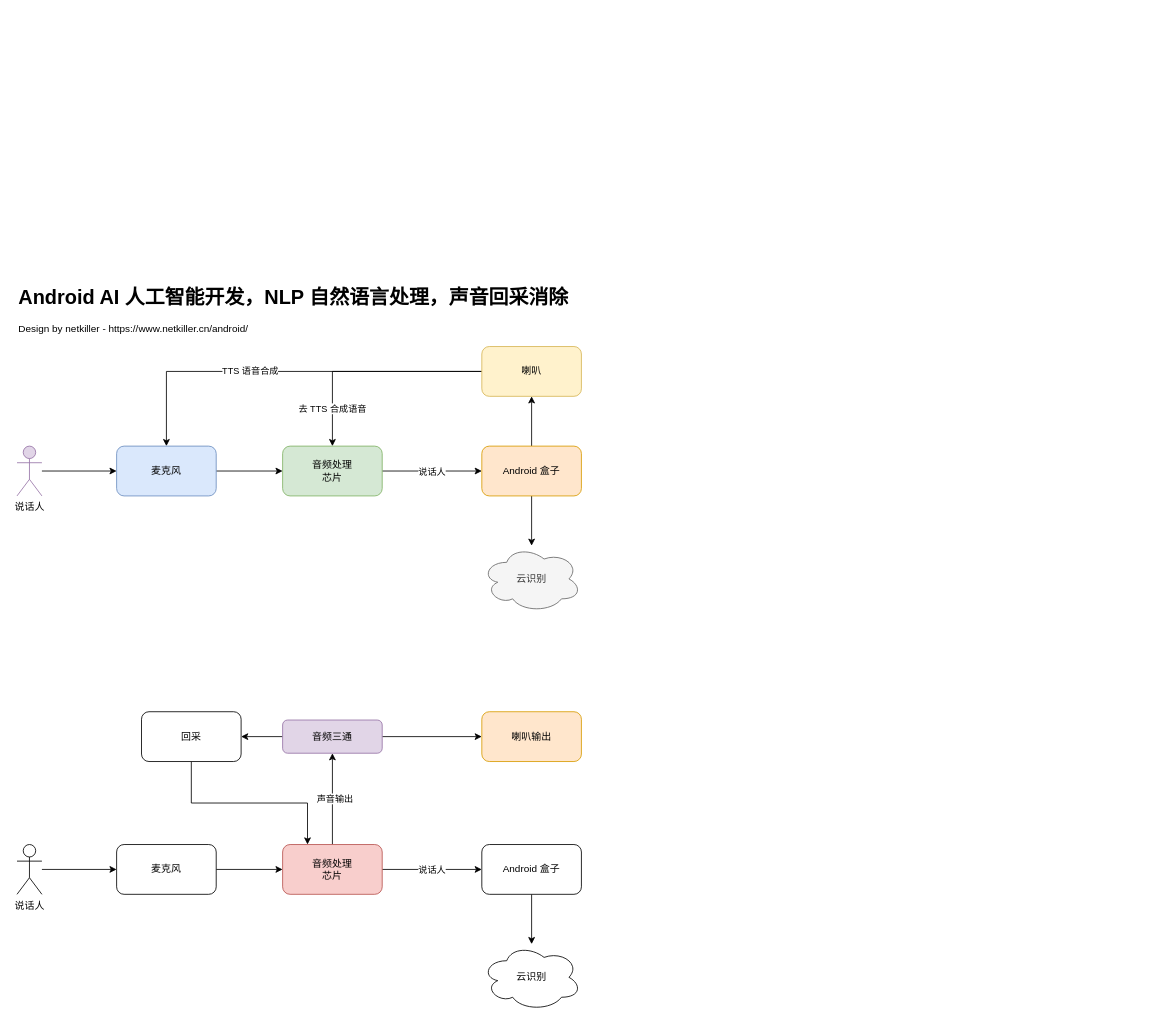
Above: page "声音回采" (2 of 7) of attachment/Android.drawio in freebook/Architect (draw.io), before the change. Source tidied: cells renumbered, new cells numbered last; positions are measured from the earlier drawing's top-left corner, leaving out a move shared by most shapes. Both pictures are drawn from the tidied source at 83%, with x=0, y=0 at pixel (17, 280).
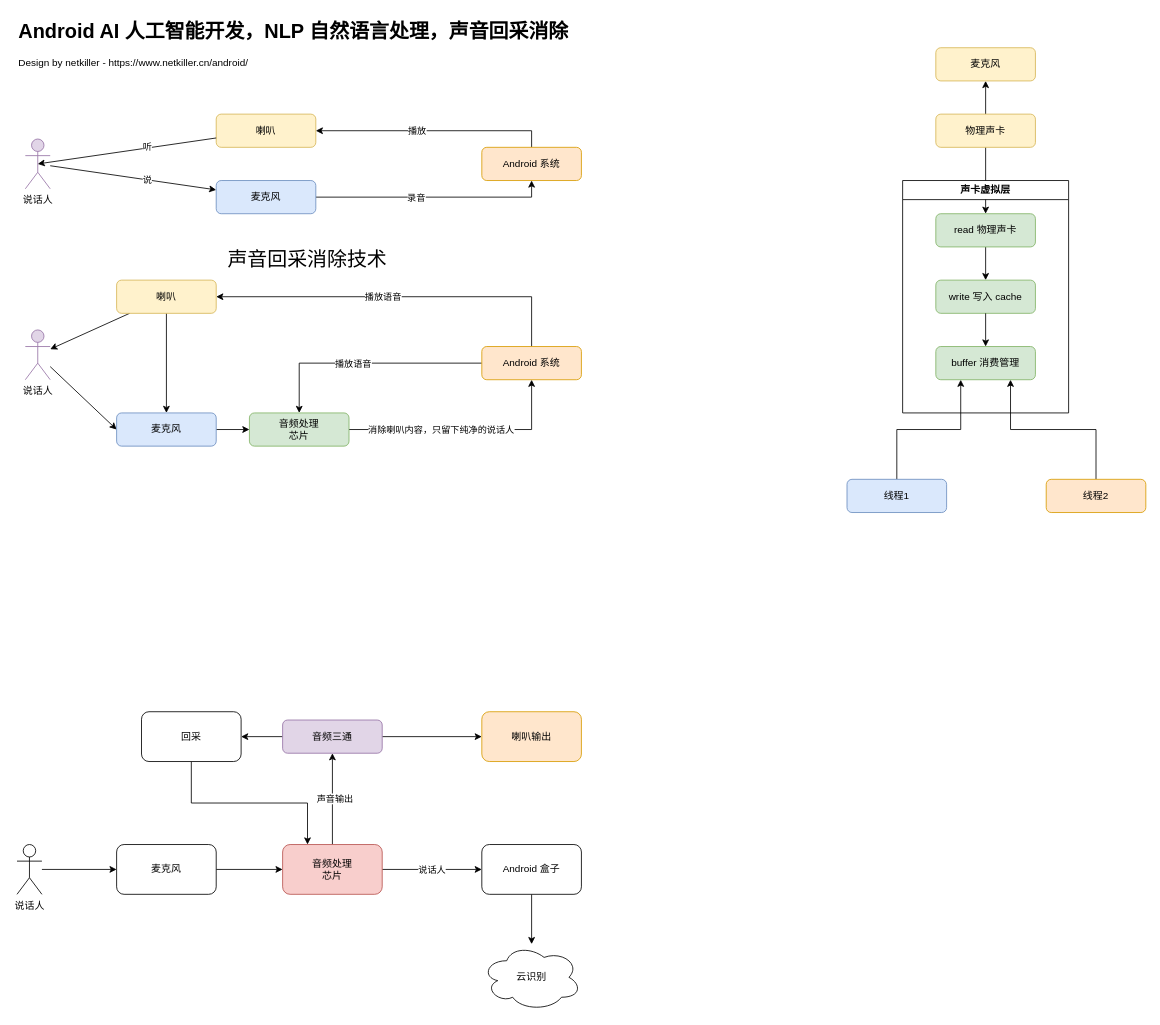
After the change.

The change refers to these unchanged cells:
```xml
<mxCell id="4" style="edgeStyle=orthogonalEdgeStyle;rounded=0;jettySize=auto;html=1;" parent="1" edge="1" source="6" target="16">
  <mxGeometry relative="1" as="geometry" />
</mxCell>
```

Change to the diagram source:
```diff
@@
-    <mxCell id="2" style="edgeStyle=orthogonalEdgeStyle;rounded=0;jettySize=auto;html=1;" parent="1" edge="1" source="3" target="13">
+    <mxCell id="2" style="rounded=0;jettySize=auto;html=1;entryX=0;entryY=0.5;entryDx=0;entryDy=0;" parent="1" edge="1" source="3" target="13">
       <mxGeometry relative="1" as="geometry" />
     </mxCell>
     <mxCell id="3" value="说话人" style="shape=umlActor;verticalLabelPosition=bottom;verticalAlign=top;html=1;outlineConnect=0;fillColor=#e1d5e7;strokeColor=#9673a6;" parent="1" vertex="1">
-      <mxGeometry y="200" width="30" height="60" as="geometry" />
+      <mxGeometry x="10" y="60" width="30" height="60" as="geometry" />
     </mxCell>
@@
-    <mxCell id="5" value="说话人" style="edgeLabel;html=1;align=center;verticalAlign=middle;" parent="4" vertex="1">
-      <mxGeometry x="-0.02" relative="1" as="geometry" />
+    <mxCell id="5" value="消除喇叭内容，只留下纯净的说话人" style="edgeLabel;html=1;align=center;verticalAlign=middle;" parent="4" vertex="1">
+      <mxGeometry x="-0.02" relative="1" as="geometry">
+        <mxPoint x="-27" as="offset" />
+      </mxGeometry>
     </mxCell>
     <mxCell id="6" value="音频处理&lt;div&gt;芯片&lt;/div&gt;" style="rounded=1;whiteSpace=wrap;html=1;fillColor=#d5e8d4;strokeColor=#82b366;" parent="1" vertex="1">
-      <mxGeometry x="320" y="200" width="120" height="60" as="geometry" />
+      <mxGeometry x="280" y="160" width="120" height="40" as="geometry" />
     </mxCell>
-    <mxCell id="7" style="edgeStyle=orthogonalEdgeStyle;rounded=0;jettySize=auto;html=1;" parent="1" edge="1" source="11" target="6">
-      <mxGeometry relative="1" as="geometry" />
-    </mxCell>
-    <mxCell id="8" value="去 TTS 合成语音" style="edgeLabel;html=1;align=center;verticalAlign=middle;" parent="7" vertex="1">
-      <mxGeometry x="0.66" y="-1" relative="1" as="geometry" />
-    </mxCell>
-    <mxCell id="9" style="edgeStyle=orthogonalEdgeStyle;rounded=0;jettySize=auto;html=1;entryX=0.5;entryY=0;entryDx=0;entryDy=0;" parent="1" edge="1" source="11" target="13">
+    <mxCell id="9" style="edgeStyle=orthogonalEdgeStyle;rounded=0;jettySize=auto;html=1;exitX=0;exitY=0.5;exitDx=0;exitDy=0;entryX=0.5;entryY=0;entryDx=0;entryDy=0;" parent="1" edge="1" source="16" target="6">
       <mxGeometry relative="1" as="geometry" />
     </mxCell>
-    <mxCell id="10" value="TTS 语音合成" style="edgeLabel;html=1;align=center;verticalAlign=middle;" parent="9" vertex="1">
-      <mxGeometry x="0.19" y="-2" relative="1" as="geometry" />
+    <mxCell id="10" value="播放语音" style="edgeLabel;html=1;align=center;verticalAlign=middle;" parent="9" vertex="1">
+      <mxGeometry x="0.19" y="-2" relative="1" as="geometry">
+        <mxPoint x="11" y="2" as="offset" />
+      </mxGeometry>
     </mxCell>
+    <mxCell id="37" style="rounded=0;jettySize=auto;html=1;" parent="1" edge="1" source="11" target="3">
+      <mxGeometry relative="1" as="geometry" />
+    </mxCell>
+    <mxCell id="38" style="edgeStyle=orthogonalEdgeStyle;rounded=0;jettySize=auto;html=1;" parent="1" edge="1" source="11" target="13">
+      <mxGeometry relative="1" as="geometry" />
+    </mxCell>
     <mxCell id="11" value="喇叭" style="rounded=1;whiteSpace=wrap;html=1;fillColor=#fff2cc;strokeColor=#d6b656;" parent="1" vertex="1">
-      <mxGeometry x="560" y="80" width="120" height="60" as="geometry" />
+      <mxGeometry x="120" width="120" height="40" as="geometry" />
     </mxCell>
@@
     <mxCell id="13" value="麦克风" style="rounded=1;whiteSpace=wrap;html=1;fillColor=#dae8fc;strokeColor=#6c8ebf;" parent="1" vertex="1">
-      <mxGeometry x="120" y="200" width="120" height="60" as="geometry" />
+      <mxGeometry x="120" y="160" width="120" height="40" as="geometry" />
     </mxCell>
-    <mxCell id="14" style="edgeStyle=orthogonalEdgeStyle;rounded=0;jettySize=auto;html=1;" parent="1" edge="1" source="16" target="11">
+    <mxCell id="14" style="edgeStyle=orthogonalEdgeStyle;rounded=0;jettySize=auto;html=1;entryX=1;entryY=0.5;entryDx=0;entryDy=0;exitX=0.5;exitY=0;exitDx=0;exitDy=0;" parent="1" edge="1" source="16" target="11">
       <mxGeometry relative="1" as="geometry" />
     </mxCell>
-    <mxCell id="15" style="edgeStyle=orthogonalEdgeStyle;rounded=0;jettySize=auto;html=1;" parent="1" edge="1" source="16" target="17">
-      <mxGeometry relative="1" as="geometry" />
-    </mxCell>
+    <mxCell id="39" value="播放语音" style="edgeLabel;html=1;align=center;verticalAlign=middle;" parent="14" vertex="1">
+      <mxGeometry x="0.09" y="-1" relative="1" as="geometry" />
+    </mxCell>
-    <mxCell id="16" value="Android 盒子" style="rounded=1;whiteSpace=wrap;html=1;fillColor=#ffe6cc;strokeColor=#d79b00;" parent="1" vertex="1">
-      <mxGeometry x="560" y="200" width="120" height="60" as="geometry" />
+    <mxCell id="16" value="Android 系统" style="rounded=1;whiteSpace=wrap;html=1;fillColor=#ffe6cc;strokeColor=#d79b00;" parent="1" vertex="1">
+      <mxGeometry x="560" y="80" width="120" height="40" as="geometry" />
     </mxCell>
-    <mxCell id="17" value="云识别" style="ellipse;shape=cloud;whiteSpace=wrap;html=1;fillColor=#f5f5f5;fontColor=#333333;strokeColor=#666666;" parent="1" vertex="1">
-      <mxGeometry x="560" y="320" width="120" height="80" as="geometry" />
-    </mxCell>
     <mxCell id="18" value="&lt;h1 style=&quot;margin-top: 0px;&quot;&gt;Android AI 人工智能开发，NLP 自然语言处理，声音回采消除&lt;/h1&gt;&lt;p&gt;Design by netkiller - https://www.netkiller.cn/android/&lt;/p&gt;" style="text;html=1;whiteSpace=wrap;overflow=hidden;rounded=0;" parent="1" vertex="1">
-      <mxGeometry width="1080" height="80" as="geometry" />
+      <mxGeometry y="-320" width="790" height="80" as="geometry" />
     </mxCell>
@@
+    <mxCell id="40" style="edgeStyle=orthogonalEdgeStyle;rounded=0;jettySize=auto;html=1;" parent="1" edge="1" source="42" target="50">
+      <mxGeometry relative="1" as="geometry" />
+    </mxCell>
+    <mxCell id="41" style="edgeStyle=orthogonalEdgeStyle;rounded=0;jettySize=auto;html=1;" parent="1" edge="1" source="42" target="47">
+      <mxGeometry relative="1" as="geometry" />
+    </mxCell>
+    <mxCell id="42" value="物理声卡" style="rounded=1;whiteSpace=wrap;html=1;fillColor=#fff2cc;strokeColor=#d6b656;" parent="1" vertex="1">
+      <mxGeometry x="1107" y="-200" width="120" height="40" as="geometry" />
+    </mxCell>
+    <mxCell id="43" style="edgeStyle=orthogonalEdgeStyle;rounded=0;jettySize=auto;html=1;entryX=0.25;entryY=1;entryDx=0;entryDy=0;" parent="1" edge="1" source="44" target="53">
+      <mxGeometry relative="1" as="geometry" />
+    </mxCell>
+    <mxCell id="44" value="线程1" style="rounded=1;whiteSpace=wrap;html=1;fillColor=#dae8fc;strokeColor=#6c8ebf;" parent="1" vertex="1">
+      <mxGeometry x="1000" y="240" width="120" height="40" as="geometry" />
+    </mxCell>
+    <mxCell id="45" style="edgeStyle=orthogonalEdgeStyle;rounded=0;jettySize=auto;html=1;entryX=0.75;entryY=1;entryDx=0;entryDy=0;exitX=0.5;exitY=0;exitDx=0;exitDy=0;" parent="1" edge="1" source="46" target="53">
+      <mxGeometry relative="1" as="geometry" />
+    </mxCell>
+    <mxCell id="46" value="线程2" style="rounded=1;whiteSpace=wrap;html=1;fillColor=#ffe6cc;strokeColor=#d79b00;" parent="1" vertex="1">
+      <mxGeometry x="1240" y="240" width="120" height="40" as="geometry" />
+    </mxCell>
+    <mxCell id="47" value="麦克风" style="rounded=1;whiteSpace=wrap;html=1;fillColor=#fff2cc;strokeColor=#d6b656;" parent="1" vertex="1">
+      <mxGeometry x="1107" y="-280" width="120" height="40" as="geometry" />
+    </mxCell>
+    <mxCell id="48" value="声卡虚拟层" style="swimlane;whiteSpace=wrap;html=1;" parent="1" vertex="1">
+      <mxGeometry x="1067" y="-120" width="200" height="280" as="geometry" />
+    </mxCell>
+    <mxCell id="49" style="edgeStyle=orthogonalEdgeStyle;rounded=0;jettySize=auto;html=1;" parent="48" edge="1" source="50" target="51">
+      <mxGeometry relative="1" as="geometry" />
+    </mxCell>
+    <mxCell id="50" value="read 物理声卡" style="rounded=1;whiteSpace=wrap;html=1;fillColor=#d5e8d4;strokeColor=#82b366;" parent="48" vertex="1">
+      <mxGeometry x="40" y="40" width="120" height="40" as="geometry" />
+    </mxCell>
+    <mxCell id="51" value="write 写入 cache" style="rounded=1;whiteSpace=wrap;html=1;fillColor=#d5e8d4;strokeColor=#82b366;" parent="48" vertex="1">
+      <mxGeometry x="40" y="120" width="120" height="40" as="geometry" />
+    </mxCell>
+    <mxCell id="52" style="edgeStyle=orthogonalEdgeStyle;rounded=0;jettySize=auto;html=1;exitX=0.5;exitY=1;exitDx=0;exitDy=0;" parent="48" edge="1" source="51" target="53">
+      <mxGeometry relative="1" as="geometry" />
+    </mxCell>
+    <mxCell id="53" value="buffer 消费管理" style="rounded=1;whiteSpace=wrap;html=1;fillColor=#d5e8d4;strokeColor=#82b366;" parent="48" vertex="1">
+      <mxGeometry x="40" y="200" width="120" height="40" as="geometry" />
+    </mxCell>
+    <mxCell id="54" style="rounded=0;jettySize=auto;html=1;" parent="1" edge="1" source="56" target="60">
+      <mxGeometry relative="1" as="geometry" />
+    </mxCell>
+    <mxCell id="55" value="说" style="edgeLabel;html=1;align=center;verticalAlign=middle;" parent="54" vertex="1">
+      <mxGeometry x="0.17" relative="1" as="geometry" />
+    </mxCell>
+    <mxCell id="56" value="说话人" style="shape=umlActor;verticalLabelPosition=bottom;verticalAlign=top;html=1;outlineConnect=0;fillColor=#e1d5e7;strokeColor=#9673a6;" parent="1" vertex="1">
+      <mxGeometry x="10" y="-170" width="30" height="60" as="geometry" />
+    </mxCell>
+    <mxCell id="57" value="喇叭" style="rounded=1;whiteSpace=wrap;html=1;fillColor=#fff2cc;strokeColor=#d6b656;" parent="1" vertex="1">
+      <mxGeometry x="240" y="-200" width="120" height="40" as="geometry" />
+    </mxCell>
+    <mxCell id="58" style="edgeStyle=orthogonalEdgeStyle;rounded=0;jettySize=auto;html=1;entryX=0.5;entryY=1;entryDx=0;entryDy=0;" parent="1" edge="1" source="60" target="63">
+      <mxGeometry relative="1" as="geometry" />
+    </mxCell>
+    <mxCell id="59" value="录音" style="edgeLabel;html=1;align=center;verticalAlign=middle;" parent="58" vertex="1">
+      <mxGeometry x="-0.06" y="3" relative="1" as="geometry">
+        <mxPoint x="-12" y="3" as="offset" />
+      </mxGeometry>
+    </mxCell>
+    <mxCell id="60" value="麦克风" style="rounded=1;whiteSpace=wrap;html=1;fillColor=#dae8fc;strokeColor=#6c8ebf;" parent="1" vertex="1">
+      <mxGeometry x="240" y="-120" width="120" height="40" as="geometry" />
+    </mxCell>
+    <mxCell id="61" style="edgeStyle=orthogonalEdgeStyle;rounded=0;jettySize=auto;html=1;entryX=1;entryY=0.5;entryDx=0;entryDy=0;exitX=0.5;exitY=0;exitDx=0;exitDy=0;" parent="1" edge="1" source="63" target="57">
+      <mxGeometry relative="1" as="geometry" />
+    </mxCell>
+    <mxCell id="62" value="播放" style="edgeLabel;html=1;align=center;verticalAlign=middle;" parent="61" vertex="1">
+      <mxGeometry x="0.1" y="-1" relative="1" as="geometry">
+        <mxPoint x="-5" y="1" as="offset" />
+      </mxGeometry>
+    </mxCell>
+    <mxCell id="63" value="Android 系统" style="rounded=1;whiteSpace=wrap;html=1;fillColor=#ffe6cc;strokeColor=#d79b00;" parent="1" vertex="1">
+      <mxGeometry x="560" y="-160" width="120" height="40" as="geometry" />
+    </mxCell>
+    <mxCell id="64" style="rounded=0;jettySize=auto;html=1;entryX=0.5;entryY=0.5;entryDx=0;entryDy=0;entryPerimeter=0;" parent="1" edge="1" source="57" target="56">
+      <mxGeometry relative="1" as="geometry" />
+    </mxCell>
+    <mxCell id="65" value="听" style="edgeLabel;html=1;align=center;verticalAlign=middle;" parent="64" vertex="1">
+      <mxGeometry x="-0.23" y="-1" relative="1" as="geometry" />
+    </mxCell>
+    <mxCell id="66" value="声音回采消除技术" style="text;html=1;align=center;verticalAlign=middle;whiteSpace=wrap;rounded=0;fontSize=24;" parent="1" vertex="1">
+      <mxGeometry x="220" y="-40" width="260" height="30" as="geometry" />
+    </mxCell>
```
